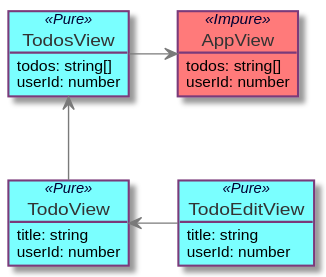
This is docs/i/refactoring-O10.svg from zerkalica/articles, a PlantUML export, as it was before one commit. Its source is kept beside it as src/holyjs-2017/refactoring-O10.plantuml. The source it was exported from:
```plantuml
@startuml

!include ./shared.plantuml

object AppView <<Impure>> {
  todos: string[]
  userId: number
}

object TodosView <<Pure>> {
  todos: string[]
  userId: number
}

object TodoView <<Pure>> {
  title: string
  userId: number
}

object TodoEditView <<Pure>> {
  title: string
  userId: number
}

AppView <-right- TodosView

TodosView <-- TodoView

TodoView <-left- TodoEditView

@enduml
```
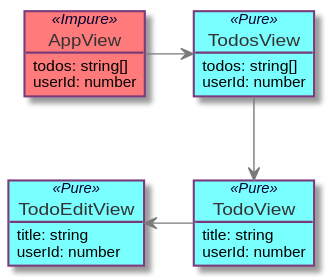
Later version of the same file.

What changed in the source:
```diff
@@ -22,10 +22,10 @@
   userId: number
 }
 
-AppView <-right- TodosView
+AppView -right-> TodosView
 
-TodosView <-- TodoView
+TodosView --> TodoView
 
-TodoView <-left- TodoEditView
+TodoView -left-> TodoEditView
 
 @enduml
```
